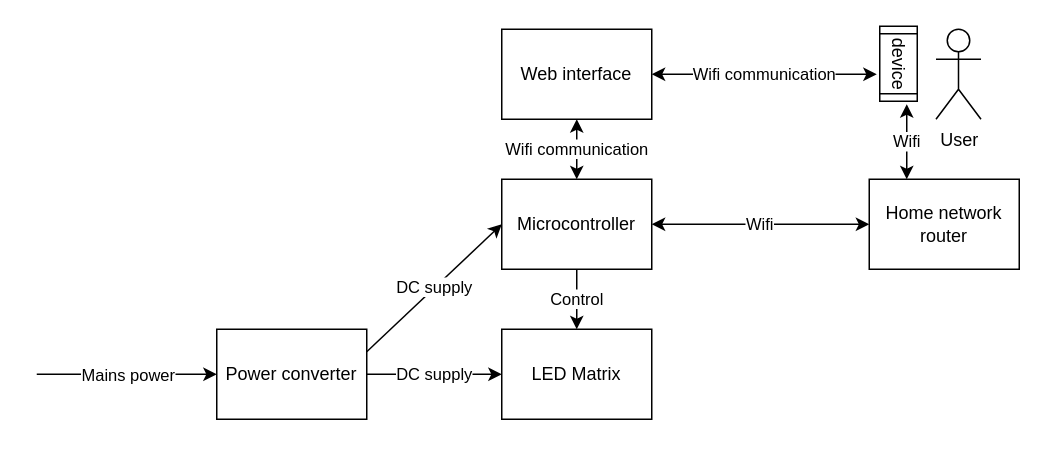
Before: Figurer/Fagprojekt blokdiagram.drawio in sunebruhn/fagprojekt, a draw.io diagram. Source tidied: cells renumbered, new cells numbered last; positions are measured from the earlier drawing's top-left corner, leaving out a move shared by most shapes. Both pictures are drawn from the tidied source at 150%, with x=0, y=0 at pixel (36, 28).
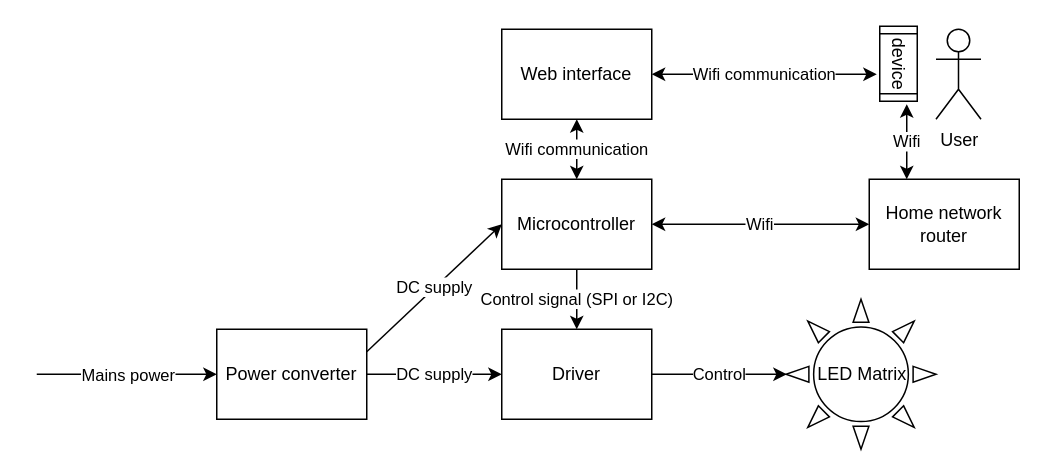
Above is the later version.

Unchanged cells that the change refers to:
```xml
<mxCell id="5" value="Microcontroller" style="rounded=0;whiteSpace=wrap;html=1;" parent="1" vertex="1">
  <mxGeometry x="310" y="100" width="100" height="60" as="geometry" />
</mxCell>
```

Change to the diagram source:
```diff
@@
-    <mxCell id="6" value="LED Matrix" style="rounded=0;whiteSpace=wrap;html=1;" parent="1" vertex="1">
+    <mxCell id="6" value="Driver" style="rounded=0;whiteSpace=wrap;html=1;" parent="1" vertex="1">
       <mxGeometry x="310" y="200" width="100" height="60" as="geometry" />
     </mxCell>
@@
-    <mxCell id="14" value="Control" style="endArrow=classic;html=1;exitX=0.5;exitY=1;exitDx=0;exitDy=0;entryX=0.5;entryY=0;entryDx=0;entryDy=0;" parent="1" edge="1" source="5" target="6">
+    <mxCell id="14" value="Control signal (SPI or I2C)" style="endArrow=classic;html=1;exitX=0.5;exitY=1;exitDx=0;exitDy=0;entryX=0.5;entryY=0;entryDx=0;entryDy=0;" parent="1" edge="1" source="5" target="6">
       <mxGeometry relative="1" as="geometry" />
     </mxCell>
@@
+    <mxCell id="18" value="Control" style="endArrow=classic;html=1;exitX=1;exitY=0.5;exitDx=0;exitDy=0;entryX=0;entryY=0.5;entryDx=0;entryDy=0;" parent="1" edge="1" source="6">
+      <mxGeometry relative="1" as="geometry">
+        <mxPoint x="500" y="230" as="targetPoint" />
+      </mxGeometry>
+    </mxCell>
+    <mxCell id="19" value="LED Matrix" style="verticalLabelPosition=middle;verticalAlign=middle;html=1;shape=mxgraph.basic.sun;labelPosition=center;align=center;" parent="1" vertex="1">
+      <mxGeometry x="499.5" y="180" width="100" height="100" as="geometry" />
+    </mxCell>
```
